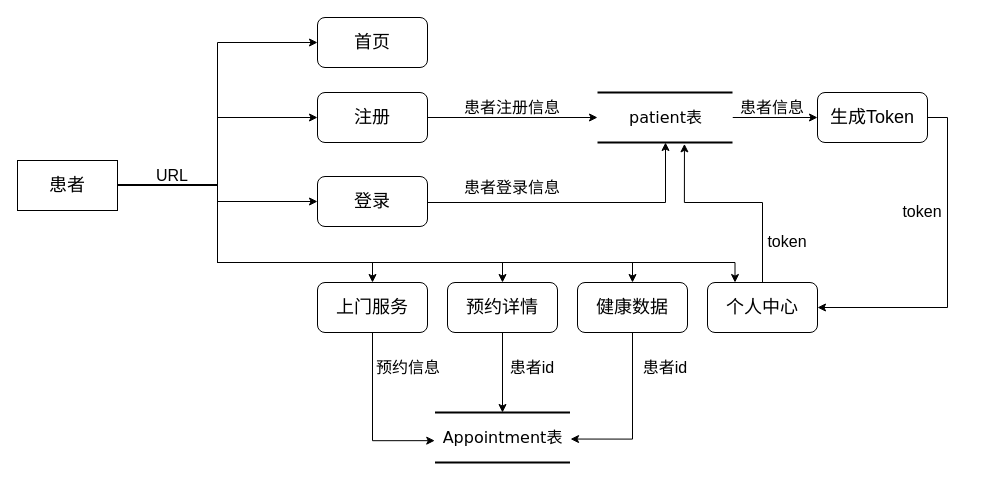
This is draw_image/数据流图_顶层.drawio from JJLin0612/image_from_draw, a draw.io file, before an edit. Source tidied: cells renumbered, new cells numbered last; positions are measured from the earlier drawing's top-left corner, leaving out a move shared by most shapes. Both pictures are drawn from the tidied source at 100%, with x=0, y=0 at pixel (17, 17).
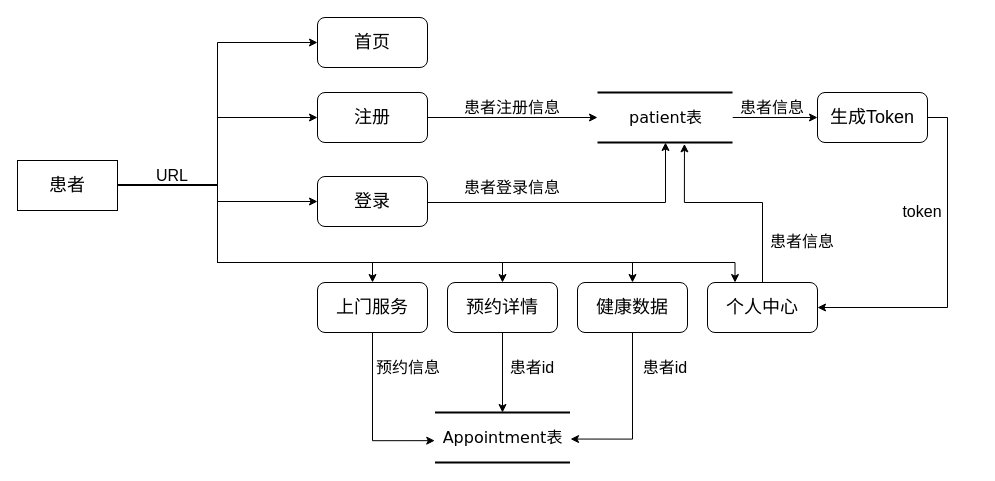
After the change.

Commit message:
更新数据流图_顶层_前台.drawio

The edit, as a diff of the source:
```diff
@@
-    <mxCell id="30" value="&lt;span style=&quot;font-size: 16px;&quot;&gt;token&lt;/span&gt;" style="text;html=1;strokeColor=none;fillColor=none;align=center;verticalAlign=middle;whiteSpace=wrap;rounded=0;" parent="1" vertex="1">
-      <mxGeometry x="715" y="209" width="110" height="30" as="geometry" />
+    <mxCell id="30" value="&lt;span style=&quot;font-size: 16px;&quot;&gt;患者信息&lt;/span&gt;" style="text;html=1;strokeColor=none;fillColor=none;align=center;verticalAlign=middle;whiteSpace=wrap;rounded=0;" parent="1" vertex="1">
+      <mxGeometry x="730" y="209" width="110" height="30" as="geometry" />
     </mxCell>
```
